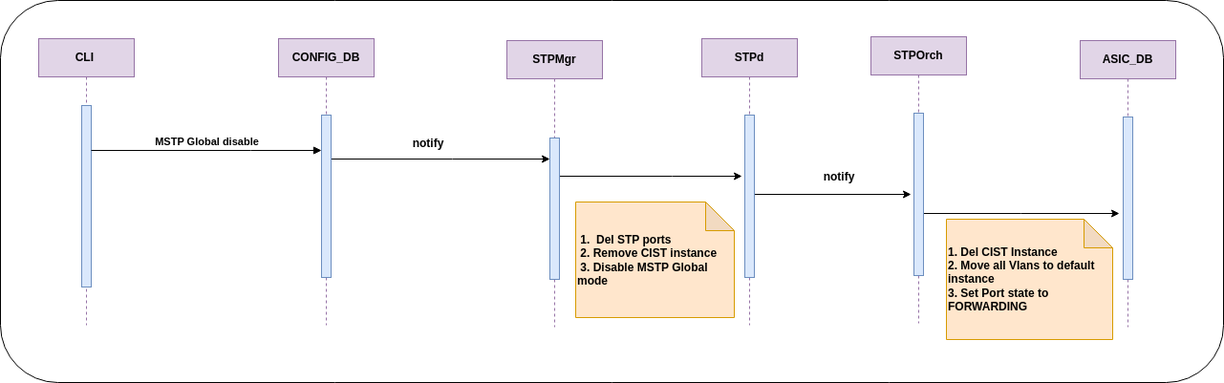
sonic-net/SONiC keeps this draw.io diagram as doc/MSTP/images/MSTP_Global_disable.drawio.png. Above is the earlier version. Source tidied: cells renumbered, new cells last; positions are measured from the earlier drawing's top-left corner, leaving out a move shared by most shapes.
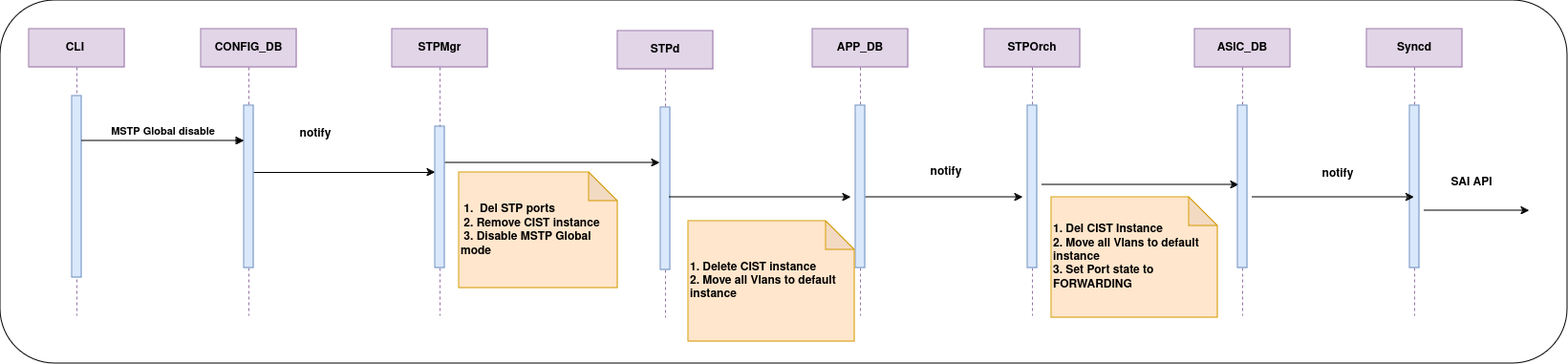
Above is the later version.

Change to the diagram source:
```diff
@@ -3,7 +3,7 @@
     <mxCell id="0" />
     <mxCell id="1" parent="0" />
     <mxCell id="2" style="rounded=1;whiteSpace=wrap;html=1;" parent="1" vertex="1">
-      <mxGeometry width="1280" height="400" as="geometry" />
+      <mxGeometry x="10" y="10" width="1640" height="380" as="geometry" />
     </mxCell>
     <mxCell id="3" value="CLI&amp;nbsp;" style="shape=umlLifeline;perimeter=lifelinePerimeter;whiteSpace=wrap;html=1;newEdgeStyle={&quot;edgeStyle&quot;:&quot;elbowEdgeStyle&quot;,&quot;elbow&quot;:&quot;vertical&quot;,&quot;curved&quot;:0,&quot;rounded&quot;:0};fillColor=#e1d5e7;strokeColor=#9673a6;fontStyle=1;" parent="1" vertex="1">
       <mxGeometry x="40" y="40" width="100" height="300" as="geometry" />
@@ -19,7 +19,7 @@
       </mxGeometry>
     </mxCell>
     <mxCell id="6" value="CONFIG_DB" style="shape=umlLifeline;perimeter=lifelinePerimeter;whiteSpace=wrap;html=1;outlineConnect=0;portConstraint=eastwest;newEdgeStyle={&quot;edgeStyle&quot;:&quot;elbowEdgeStyle&quot;,&quot;elbow&quot;:&quot;vertical&quot;,&quot;curved&quot;:0,&quot;rounded&quot;:0};fillColor=#e1d5e7;strokeColor=#9673a6;fontStyle=1;" parent="1" vertex="1">
-      <mxGeometry x="291" y="40" width="100" height="300" as="geometry" />
+      <mxGeometry x="220" y="40" width="100" height="300" as="geometry" />
     </mxCell>
     <mxCell id="7" style="html=1;points=[];perimeter=orthogonalPerimeter;outlineConnect=0;targetShapes=umlLifeline;portConstraint=eastwest;newEdgeStyle={&quot;edgeStyle&quot;:&quot;elbowEdgeStyle&quot;,&quot;elbow&quot;:&quot;vertical&quot;,&quot;curved&quot;:0,&quot;rounded&quot;:0};fillColor=#dae8fc;strokeColor=#6c8ebf;fontStyle=1;" parent="6" vertex="1">
       <mxGeometry x="45" y="80" width="10" height="170" as="geometry" />
@@ -34,55 +34,94 @@
     </mxCell>
     <mxCell id="9" style="edgeStyle=elbowEdgeStyle;rounded=0;jettySize=auto;html=1;elbow=vertical;curved=0;fontStyle=1;" parent="1" edge="1" source="10">
       <mxGeometry relative="1" as="geometry">
-        <mxPoint x="776" y="184" as="targetPoint" />
+        <mxPoint x="700" y="180" as="targetPoint" />
       </mxGeometry>
     </mxCell>
     <mxCell id="10" value="STPMgr" style="shape=umlLifeline;perimeter=lifelinePerimeter;whiteSpace=wrap;html=1;outlineConnect=0;portConstraint=eastwest;newEdgeStyle={&quot;edgeStyle&quot;:&quot;elbowEdgeStyle&quot;,&quot;elbow&quot;:&quot;vertical&quot;,&quot;curved&quot;:0,&quot;rounded&quot;:0};fillColor=#e1d5e7;strokeColor=#9673a6;fontStyle=1;" parent="1" vertex="1">
-      <mxGeometry x="530" y="42" width="100" height="300" as="geometry" />
+      <mxGeometry x="420" y="40" width="100" height="300" as="geometry" />
     </mxCell>
     <mxCell id="11" style="html=1;points=[];perimeter=orthogonalPerimeter;outlineConnect=0;targetShapes=umlLifeline;portConstraint=eastwest;newEdgeStyle={&quot;edgeStyle&quot;:&quot;elbowEdgeStyle&quot;,&quot;elbow&quot;:&quot;vertical&quot;,&quot;curved&quot;:0,&quot;rounded&quot;:0};fillColor=#dae8fc;strokeColor=#6c8ebf;fontStyle=1;" parent="10" vertex="1">
       <mxGeometry x="45" y="102" width="10" height="148" as="geometry" />
     </mxCell>
-    <mxCell id="12" style="edgeStyle=elbowEdgeStyle;rounded=0;jettySize=auto;html=1;elbow=vertical;curved=0;fontStyle=1;" parent="1" edge="1" source="13">
-      <mxGeometry relative="1" as="geometry">
-        <mxPoint x="953" y="203" as="targetPoint" />
-      </mxGeometry>
-    </mxCell>
     <mxCell id="13" value="STPd" style="shape=umlLifeline;perimeter=lifelinePerimeter;whiteSpace=wrap;html=1;outlineConnect=0;portConstraint=eastwest;newEdgeStyle={&quot;edgeStyle&quot;:&quot;elbowEdgeStyle&quot;,&quot;elbow&quot;:&quot;vertical&quot;,&quot;curved&quot;:0,&quot;rounded&quot;:0};fillColor=#e1d5e7;strokeColor=#9673a6;fontStyle=1;" parent="1" vertex="1">
-      <mxGeometry x="734" y="40" width="100" height="300" as="geometry" />
+      <mxGeometry x="656" y="42" width="100" height="300" as="geometry" />
     </mxCell>
     <mxCell id="14" style="html=1;perimeter=orthogonalPerimeter;targetShapes=umlLifeline;newEdgeStyle={&quot;edgeStyle&quot;:&quot;elbowEdgeStyle&quot;,&quot;elbow&quot;:&quot;vertical&quot;,&quot;curved&quot;:0,&quot;rounded&quot;:0};fillColor=#dae8fc;strokeColor=#6c8ebf;fontStyle=1;" parent="13" vertex="1">
       <mxGeometry x="45" y="80" width="10" height="170" as="geometry" />
     </mxCell>
     <mxCell id="15" style="edgeStyle=elbowEdgeStyle;rounded=0;orthogonalLoop=1;jettySize=auto;html=1;elbow=vertical;curved=0;fontStyle=1;" parent="1" edge="1">
       <mxGeometry relative="1" as="geometry">
-        <mxPoint x="965" y="223" as="sourcePoint" />
-        <mxPoint x="1171" y="223" as="targetPoint" />
+        <mxPoint x="1100" y="203" as="sourcePoint" />
+        <mxPoint x="1306" y="203" as="targetPoint" />
       </mxGeometry>
     </mxCell>
     <mxCell id="16" value="STPOrch" style="shape=umlLifeline;perimeter=lifelinePerimeter;whiteSpace=wrap;html=1;newEdgeStyle={&quot;edgeStyle&quot;:&quot;elbowEdgeStyle&quot;,&quot;elbow&quot;:&quot;vertical&quot;,&quot;curved&quot;:0,&quot;rounded&quot;:0};fillColor=#e1d5e7;strokeColor=#9673a6;fontStyle=1;" parent="1" vertex="1">
-      <mxGeometry x="911" y="38" width="100" height="300" as="geometry" />
+      <mxGeometry x="1040" y="40" width="100" height="300" as="geometry" />
     </mxCell>
     <mxCell id="17" style="html=1;perimeter=orthogonalPerimeter;targetShapes=umlLifeline;newEdgeStyle={&quot;edgeStyle&quot;:&quot;elbowEdgeStyle&quot;,&quot;elbow&quot;:&quot;vertical&quot;,&quot;curved&quot;:0,&quot;rounded&quot;:0};fillColor=#dae8fc;strokeColor=#6c8ebf;fontStyle=1;" parent="16" vertex="1">
       <mxGeometry x="45" y="80" width="10" height="170" as="geometry" />
     </mxCell>
     <mxCell id="18" value="ASIC_DB" style="shape=umlLifeline;perimeter=lifelinePerimeter;whiteSpace=wrap;html=1;newEdgeStyle={&quot;edgeStyle&quot;:&quot;elbowEdgeStyle&quot;,&quot;elbow&quot;:&quot;vertical&quot;,&quot;curved&quot;:0,&quot;rounded&quot;:0};fillColor=#e1d5e7;strokeColor=#9673a6;fontStyle=1;" parent="1" vertex="1">
-      <mxGeometry x="1130" y="42" width="100" height="300" as="geometry" />
+      <mxGeometry x="1260" y="40" width="100" height="300" as="geometry" />
     </mxCell>
     <mxCell id="19" style="html=1;perimeter=orthogonalPerimeter;targetShapes=umlLifeline;newEdgeStyle={&quot;edgeStyle&quot;:&quot;elbowEdgeStyle&quot;,&quot;elbow&quot;:&quot;vertical&quot;,&quot;curved&quot;:0,&quot;rounded&quot;:0};fillColor=#dae8fc;strokeColor=#6c8ebf;fontStyle=1;" parent="18" vertex="1">
       <mxGeometry x="45" y="80" width="10" height="170" as="geometry" />
     </mxCell>
     <mxCell id="20" value="notify" style="text;html=1;align=center;verticalAlign=middle;whiteSpace=wrap;rounded=0;fontStyle=1;" parent="1" vertex="1">
-      <mxGeometry x="418" y="135" width="60" height="30" as="geometry" />
+      <mxGeometry x="310" y="135" width="60" height="30" as="geometry" />
     </mxCell>
     <mxCell id="21" value="notify" style="text;html=1;align=center;verticalAlign=middle;whiteSpace=wrap;rounded=0;fontStyle=1;" parent="1" vertex="1">
-      <mxGeometry x="848" y="170" width="60" height="30" as="geometry" />
+      <mxGeometry x="970" y="175" width="60" height="30" as="geometry" />
     </mxCell>
     <mxCell id="22" value="&lt;font face=&quot;Helvetica, VP Default&quot;&gt;1. Del CIST Instance&lt;/font&gt;&lt;div&gt;&lt;font face=&quot;Helvetica, VP Default&quot;&gt;2. Move&amp;nbsp;&lt;/font&gt;&lt;span style=&quot;font-family: Helvetica, &amp;quot;VP Default&amp;quot;;&quot;&gt;all Vlans to default instance&lt;/span&gt;&lt;font face=&quot;Helvetica, VP Default&quot;&gt;&lt;br&gt;&lt;/font&gt;&lt;div&gt;&lt;font face=&quot;Helvetica, VP Default&quot;&gt;3. Set Port state to FORWARDING&lt;/font&gt;&lt;/div&gt;&lt;/div&gt;" style="shape=note;whiteSpace=wrap;html=1;backgroundOutline=1;darkOpacity=0.05;align=left;fillColor=#ffe6cc;strokeColor=#d79b00;fontStyle=1;" parent="1" vertex="1">
-      <mxGeometry x="990" y="229" width="174" height="126" as="geometry" />
+      <mxGeometry x="1110" y="216" width="174" height="126" as="geometry" />
     </mxCell>
     <mxCell id="23" value="&lt;span style=&quot;font-family: Helvetica, &amp;quot;VP Default&amp;quot;;&quot;&gt;&amp;nbsp;1.&lt;/span&gt;&lt;span style=&quot;background-color: initial; font-family: Helvetica, &amp;quot;VP Default&amp;quot;;&quot;&gt;&amp;nbsp; &lt;/span&gt;&lt;span style=&quot;background-color: initial; font-family: Helvetica, &amp;quot;VP Default&amp;quot;;&quot;&gt;Del STP ports&lt;/span&gt;&lt;div&gt;&lt;span style=&quot;background-color: initial; font-family: Helvetica, &amp;quot;VP Default&amp;quot;;&quot;&gt;&amp;nbsp;2. Remove CIST instance&lt;/span&gt;&lt;span style=&quot;background-color: initial; font-family: Helvetica, &amp;quot;VP Default&amp;quot;;&quot;&gt;&amp;nbsp;&lt;/span&gt;&lt;/div&gt;&lt;div&gt;&lt;div&gt;&lt;span style=&quot;background-color: initial; font-family: Helvetica, &amp;quot;VP Default&amp;quot;;&quot;&gt;&amp;nbsp;3.&amp;nbsp;&lt;/span&gt;&lt;span style=&quot;background-color: initial; font-family: Helvetica, &amp;quot;VP Default&amp;quot;;&quot;&gt;Disable MSTP Global mode&lt;/span&gt;&lt;/div&gt;&lt;/div&gt;" style="shape=note;whiteSpace=wrap;html=1;backgroundOutline=1;darkOpacity=0.05;align=left;fillColor=#ffe6cc;strokeColor=#d79b00;fontStyle=1;" parent="1" vertex="1">
-      <mxGeometry x="602" y="211" width="166" height="121" as="geometry" />
+      <mxGeometry x="490" y="190" width="166" height="121" as="geometry" />
     </mxCell>
+    <mxCell id="24" style="edgeStyle=elbowEdgeStyle;rounded=0;orthogonalLoop=1;jettySize=auto;html=1;elbow=vertical;curved=0;fontStyle=1;" parent="1" edge="1">
+      <mxGeometry relative="1" as="geometry">
+        <mxPoint x="710" y="216" as="sourcePoint" />
+        <mxPoint x="900" y="216" as="targetPoint" />
+      </mxGeometry>
+    </mxCell>
+    <mxCell id="25" style="edgeStyle=elbowEdgeStyle;rounded=0;orthogonalLoop=1;jettySize=auto;html=1;elbow=vertical;curved=0;fontStyle=1;" parent="1" edge="1">
+      <mxGeometry relative="1" as="geometry">
+        <mxPoint x="915" y="216" as="sourcePoint" />
+        <mxPoint x="1080" y="216" as="targetPoint" />
+      </mxGeometry>
+    </mxCell>
+    <mxCell id="26" value="APP_DB" style="shape=umlLifeline;perimeter=lifelinePerimeter;whiteSpace=wrap;html=1;newEdgeStyle={&quot;edgeStyle&quot;:&quot;elbowEdgeStyle&quot;,&quot;elbow&quot;:&quot;vertical&quot;,&quot;curved&quot;:0,&quot;rounded&quot;:0};fillColor=#e1d5e7;strokeColor=#9673a6;fontStyle=1;" parent="1" vertex="1">
+      <mxGeometry x="860" y="40" width="100" height="300" as="geometry" />
+    </mxCell>
+    <mxCell id="27" style="html=1;perimeter=orthogonalPerimeter;targetShapes=umlLifeline;newEdgeStyle={&quot;edgeStyle&quot;:&quot;elbowEdgeStyle&quot;,&quot;elbow&quot;:&quot;vertical&quot;,&quot;curved&quot;:0,&quot;rounded&quot;:0};fillColor=#dae8fc;strokeColor=#6c8ebf;fontStyle=1;" parent="26" vertex="1">
+      <mxGeometry x="45" y="80" width="10" height="170" as="geometry" />
+    </mxCell>
+    <mxCell id="28" value="Syncd" style="shape=umlLifeline;perimeter=lifelinePerimeter;whiteSpace=wrap;html=1;outlineConnect=0;portConstraint=eastwest;newEdgeStyle={&quot;edgeStyle&quot;:&quot;elbowEdgeStyle&quot;,&quot;elbow&quot;:&quot;vertical&quot;,&quot;curved&quot;:0,&quot;rounded&quot;:0};fillColor=#e1d5e7;strokeColor=#9673a6;fontStyle=1;" parent="1" vertex="1">
+      <mxGeometry x="1440" y="40" width="100" height="300" as="geometry" />
+    </mxCell>
+    <mxCell id="29" style="html=1;perimeter=orthogonalPerimeter;targetShapes=umlLifeline;newEdgeStyle={&quot;edgeStyle&quot;:&quot;elbowEdgeStyle&quot;,&quot;elbow&quot;:&quot;vertical&quot;,&quot;curved&quot;:0,&quot;rounded&quot;:0};fillColor=#dae8fc;strokeColor=#6c8ebf;fontStyle=1;" parent="28" vertex="1">
+      <mxGeometry x="45" y="80" width="10" height="170" as="geometry" />
+    </mxCell>
+    <mxCell id="30" value="&lt;font face=&quot;Helvetica, VP Default&quot;&gt;1. Delete CIST instance&lt;br&gt;2. Move all Vlans to default instance&lt;/font&gt;" style="shape=note;whiteSpace=wrap;html=1;backgroundOutline=1;darkOpacity=0.05;align=left;fillColor=#ffe6cc;strokeColor=#d79b00;fontStyle=1;" parent="1" vertex="1">
+      <mxGeometry x="730" y="241" width="174" height="126" as="geometry" />
+    </mxCell>
+    <mxCell id="31" style="edgeStyle=elbowEdgeStyle;rounded=0;jettySize=auto;html=1;elbow=vertical;curved=0;fontStyle=1;" parent="1" edge="1" target="28">
+      <mxGeometry relative="1" as="geometry">
+        <mxPoint x="1320" y="216" as="sourcePoint" />
+      </mxGeometry>
+    </mxCell>
+    <mxCell id="32" value="notify" style="text;html=1;align=center;verticalAlign=middle;whiteSpace=wrap;rounded=0;fontStyle=1;" parent="1" vertex="1">
+      <mxGeometry x="1380" y="177" width="60" height="30" as="geometry" />
+    </mxCell>
+    <mxCell id="33" style="edgeStyle=elbowEdgeStyle;rounded=0;orthogonalLoop=1;jettySize=auto;html=1;elbow=vertical;curved=0;fontStyle=1;" parent="1" edge="1">
+      <mxGeometry relative="1" as="geometry">
+        <mxPoint x="1500" y="230" as="sourcePoint" />
+        <mxPoint x="1610" y="230" as="targetPoint" />
+      </mxGeometry>
+    </mxCell>
+    <mxCell id="34" value="SAI API" style="text;html=1;align=center;verticalAlign=middle;whiteSpace=wrap;rounded=0;fontStyle=1;" parent="1" vertex="1">
+      <mxGeometry x="1520" y="186" width="60" height="30" as="geometry" />
+    </mxCell>
   </root>
 </mxGraphModel>
```
